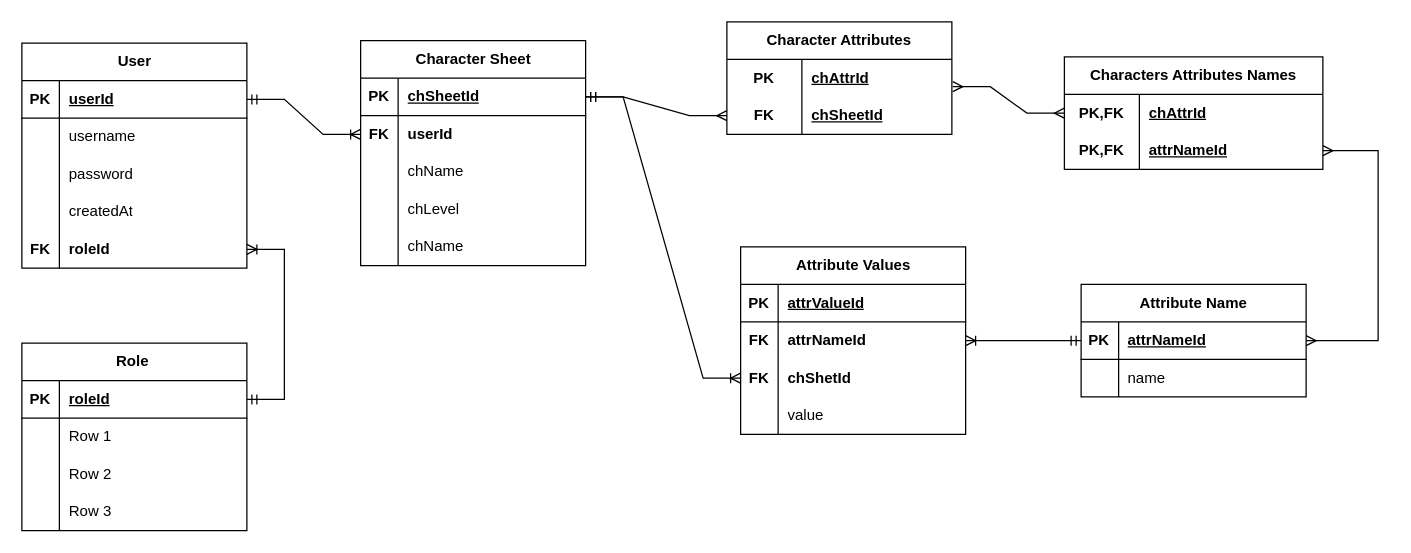
Earlier version of the draw.io diagram db-diagram.drawio (decioneto/rpg-ghanor-dashboard). Source tidied: cells renumbered, new cells numbered last; positions are measured from the earlier drawing's top-left corner, leaving out a move shared by most shapes. Both pictures are drawn from the tidied source at 125%, with x=0, y=0 at pixel (21, 21).
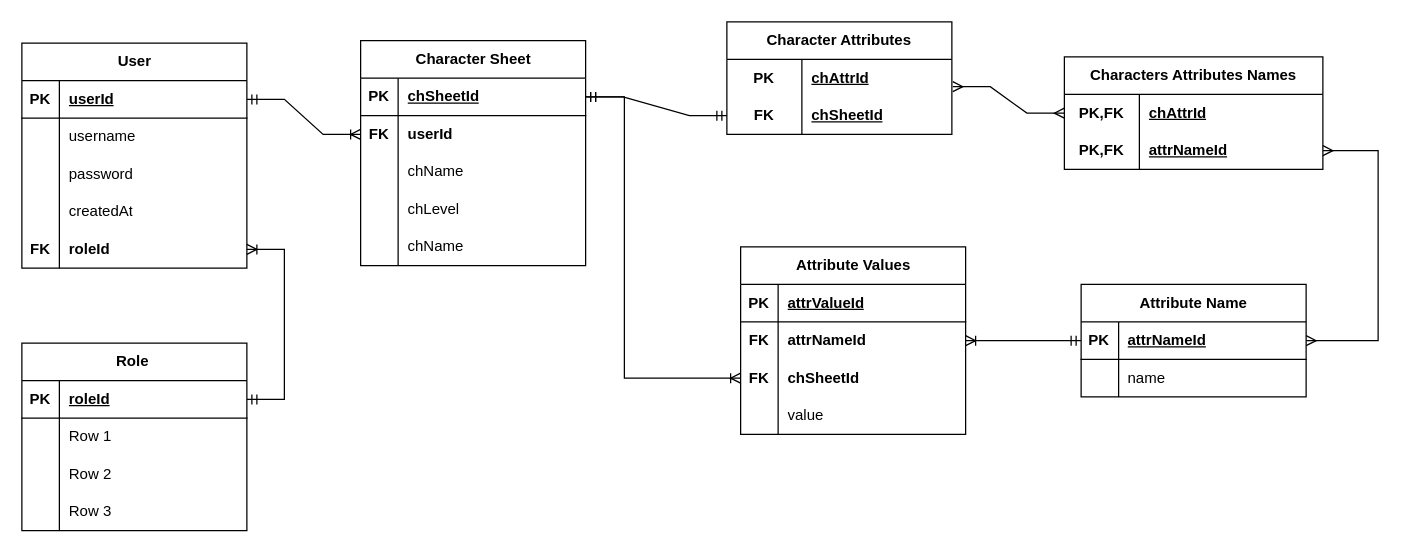
The same page after the edit.

The change refers to these unchanged cells:
```xml
<mxCell id="32" style="shape=tableRow;horizontal=0;startSize=0;swimlaneHead=0;swimlaneBody=0;fillColor=none;points=[[0,0.5],[1,0.5]];portConstraint=eastwest;top=0;left=0;right=0;bottom=1;" parent="31" vertex="1">
  <mxGeometry y="30" width="180" height="30" as="geometry" />
</mxCell>
<mxCell id="51" style="shape=tableRow;horizontal=0;startSize=0;swimlaneHead=0;swimlaneBody=0;fillColor=none;points=[[0,0.5],[1,0.5]];portConstraint=eastwest;top=0;left=0;right=0;bottom=0;html=1;" parent="47" vertex="1">
  <mxGeometry y="60" width="180" height="30" as="geometry" />
</mxCell>
<mxCell id="68" style="shape=tableRow;horizontal=0;startSize=0;swimlaneHead=0;swimlaneBody=0;fillColor=none;points=[[0,0.5],[1,0.5]];portConstraint=eastwest;top=0;left=0;right=0;bottom=0;fontStyle=1;" parent="61" vertex="1">
  <mxGeometry y="90" width="180" height="30" as="geometry" />
</mxCell>
```

Diff of the diagram source:
```diff
@@
-    <mxCell id="70" value="chShetId" style="shape=partialRectangle;fillColor=none;top=0;left=0;bottom=0;right=0;align=left;spacingLeft=6;overflow=hidden;whiteSpace=wrap;html=1;fontStyle=1;" parent="68" vertex="1">
+    <mxCell id="70" value="chSheetId" style="shape=partialRectangle;fillColor=none;top=0;left=0;bottom=0;right=0;align=left;spacingLeft=6;overflow=hidden;whiteSpace=wrap;html=1;fontStyle=1;" parent="68" vertex="1">
       <mxGeometry x="30" width="150" height="30" as="geometry" />
     </mxCell>
@@
-    <mxCell id="76" style="edgeStyle=entityRelationEdgeStyle;fontSize=12;html=1;endArrow=ERmany;rounded=0;exitX=1;exitY=0.5;exitDx=0;exitDy=0;endFill=0;startArrow=ERmandOne;startFill=0;" parent="1" edge="1" source="32" target="51">
+    <mxCell id="76" style="edgeStyle=entityRelationEdgeStyle;fontSize=12;html=1;endArrow=ERmandOne;rounded=0;exitX=1;exitY=0.5;exitDx=0;exitDy=0;endFill=0;startArrow=ERmandOne;startFill=0;" parent="1" edge="1" source="32" target="51">
       <mxGeometry relative="1" as="geometry" />
     </mxCell>
@@
-    <mxCell id="78" style="fontSize=12;html=1;endArrow=ERoneToMany;rounded=0;exitX=1;exitY=0.5;exitDx=0;exitDy=0;endFill=0;startArrow=ERmandOne;startFill=0;entryX=0;entryY=0.5;entryDx=0;entryDy=0;edgeStyle=entityRelationEdgeStyle;" parent="1" edge="1" source="32" target="68">
-      <mxGeometry relative="1" as="geometry" />
+    <mxCell id="78" style="fontSize=12;html=1;endArrow=ERoneToMany;rounded=0;endFill=0;startArrow=ERmandOne;startFill=0;entryX=0;entryY=0.5;entryDx=0;entryDy=0;edgeStyle=orthogonalEdgeStyle;" parent="1" edge="1" source="32" target="68">
+      <mxGeometry relative="1" as="geometry">
+        <Array as="points">
+          <mxPoint x="482" y="60" />
+          <mxPoint x="482" y="285" />
+        </Array>
+      </mxGeometry>
     </mxCell>
```
